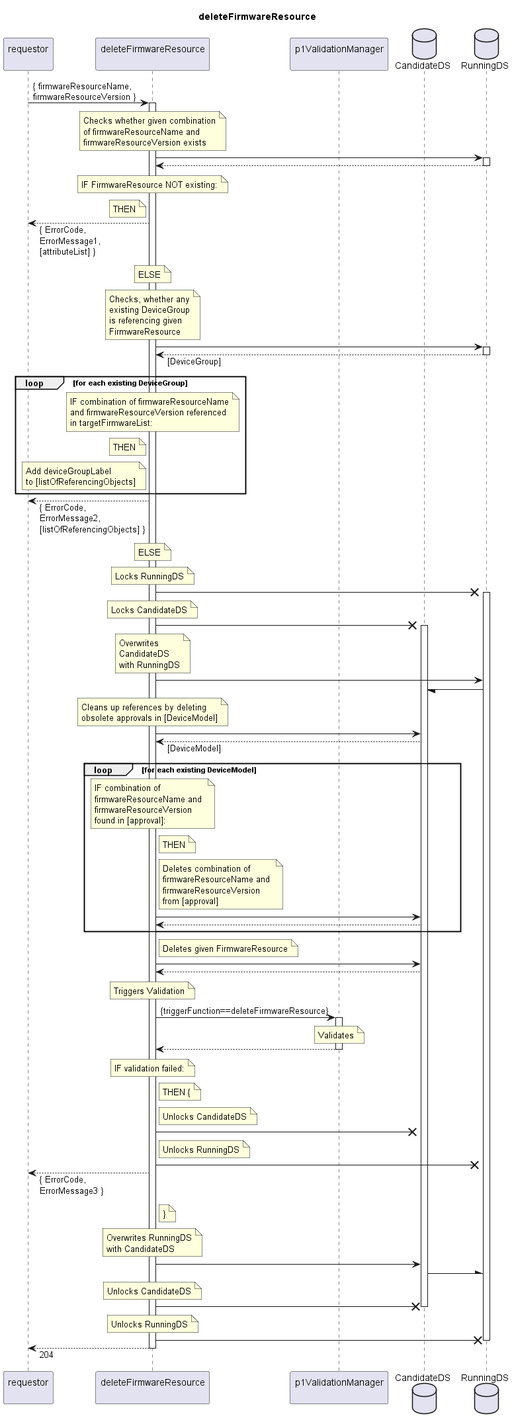
openBackhaul/FirmWareManager keeps this PlantUML diagram as spec/Services/deleteFirmwareResource/1.0.0/deleteFirmwareResource.png. Above is the earlier version.
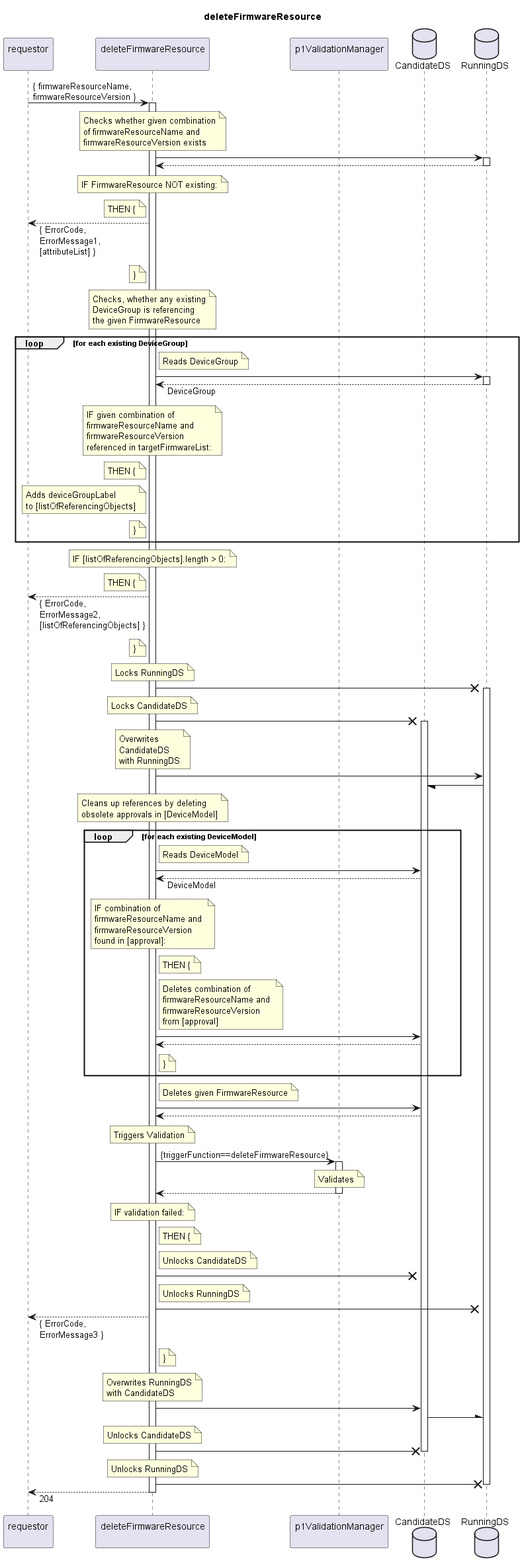
Later version of the same file.

Change to the diagram source:
```diff
@@ -27,40 +27,52 @@
     IF FirmwareResource NOT existing:
   end note
   note left indServ
-    THEN
+    THEN {
   end note
   requestor <-- indServ: { ErrorCode,\nErrorMessage1,\n[attributeList] }
-  note over indServ
-    ELSE
+  note left indServ
+    }
   end note
 
   note over indServ
-    Checks, whether any
-    existing DeviceGroup
-    is referencing given
-    FirmwareResource
+    Checks, whether any existing
+    DeviceGroup is referencing
+    the given FirmwareResource
   end note
-  indServ -> RunDS
-  activate RunDS
-  indServ <-- RunDS: [DeviceGroup]
-  deactivate RunDS
   loop for each existing DeviceGroup
+    note right indServ
+      Reads DeviceGroup
+    end note
+    indServ -> RunDS
+    activate RunDS
+    indServ <-- RunDS: DeviceGroup
+    deactivate RunDS
     note over indServ
-      IF combination of firmwareResourceName
-      and firmwareResourceVersion referenced
-      in targetFirmwareList:
+      IF given combination of
+      firmwareResourceName and
+      firmwareResourceVersion
+      referenced in targetFirmwareList:
     end note
     note left indServ
-      THEN
+      THEN {
     end note
     note left indServ
-      Add deviceGroupLabel
+      Adds deviceGroupLabel
       to [listOfReferencingObjects]
     end note
+    note left indServ
+      }
+    end note
   end loop
+  note over indServ
+    IF [listOfReferencingObjects].length > 0:
+  end note
+  note left indServ
+    THEN {
+  end note
   requestor <-- indServ: { ErrorCode,\nErrorMessage2,\n[listOfReferencingObjects] }
-  note over indServ
-    ELSE
+  note left indServ
+    }
   end note
 
   note over indServ
@@ -85,9 +97,12 @@
     Cleans up references by deleting
     obsolete approvals in [DeviceModel]
   end note
+  loop for each existing DeviceModel
+    note right indServ
+      Reads DeviceModel
+    end note
     indServ -> CanDS
-    indServ <-- CanDS: [DeviceModel]
-  loop for each existing DeviceModel
+    indServ <-- CanDS: DeviceModel
     note over indServ
       IF combination of
       firmwareResourceName and
@@ -95,7 +110,7 @@
       found in [approval]:
     end note
     note right indServ
-      THEN
+      THEN {
     end note
     note right indServ
       Deletes combination of
@@ -105,6 +120,9 @@
     end note
     indServ -> CanDS
     indServ <-- CanDS
+    note right indServ
+      }
+    end note
   end loop
 
   note right indServ
```
